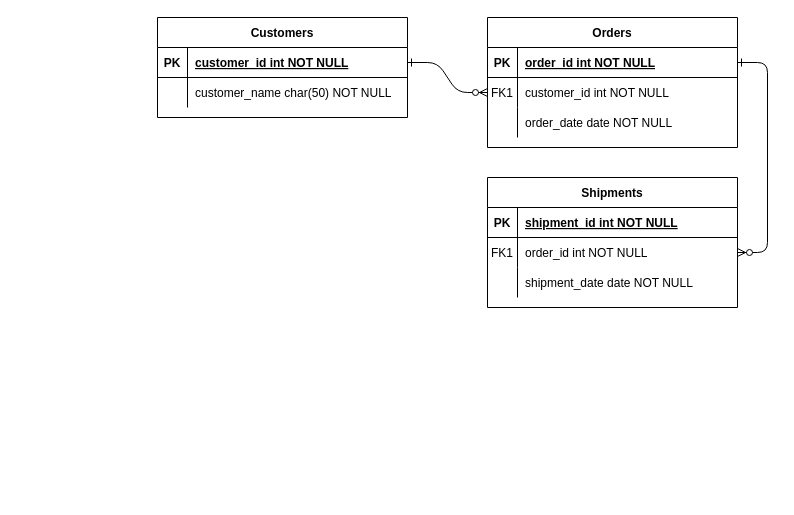
Above: phoneNumber/未命名绘图.drawio in 1074191791/erMap (draw.io), before the change. Source tidied: cells renumbered, new cells numbered last; positions are measured from the earlier drawing's top-left corner, leaving out a move shared by most shapes. Both pictures are drawn from the tidied source at 100%, with x=0, y=0 at pixel (157, 17).
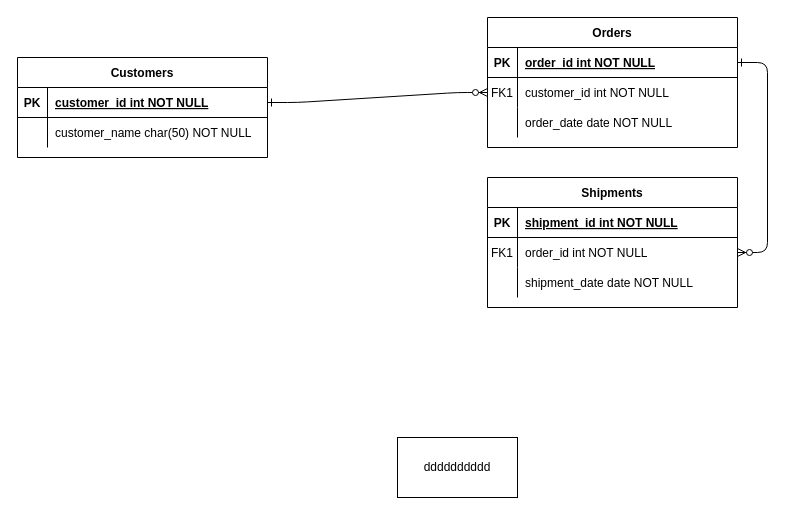
The same page after the edit.

What changed in the source:
```diff
@@
     <mxCell id="24" value="Customers" style="shape=table;startSize=30;childLayout=tableLayout;rowLines=0;fontStyle=1;align=center;" parent="1" vertex="1">
-      <mxGeometry width="250" height="100" as="geometry" />
+      <mxGeometry x="-140" y="40" width="250" height="100" as="geometry" />
     </mxCell>
@@
+    <mxCell id="31" value="dddddddddd" style="whiteSpace=wrap;html=1;" parent="1" vertex="1">
+      <mxGeometry x="240" y="420" width="120" height="60" as="geometry" />
+    </mxCell>
```
